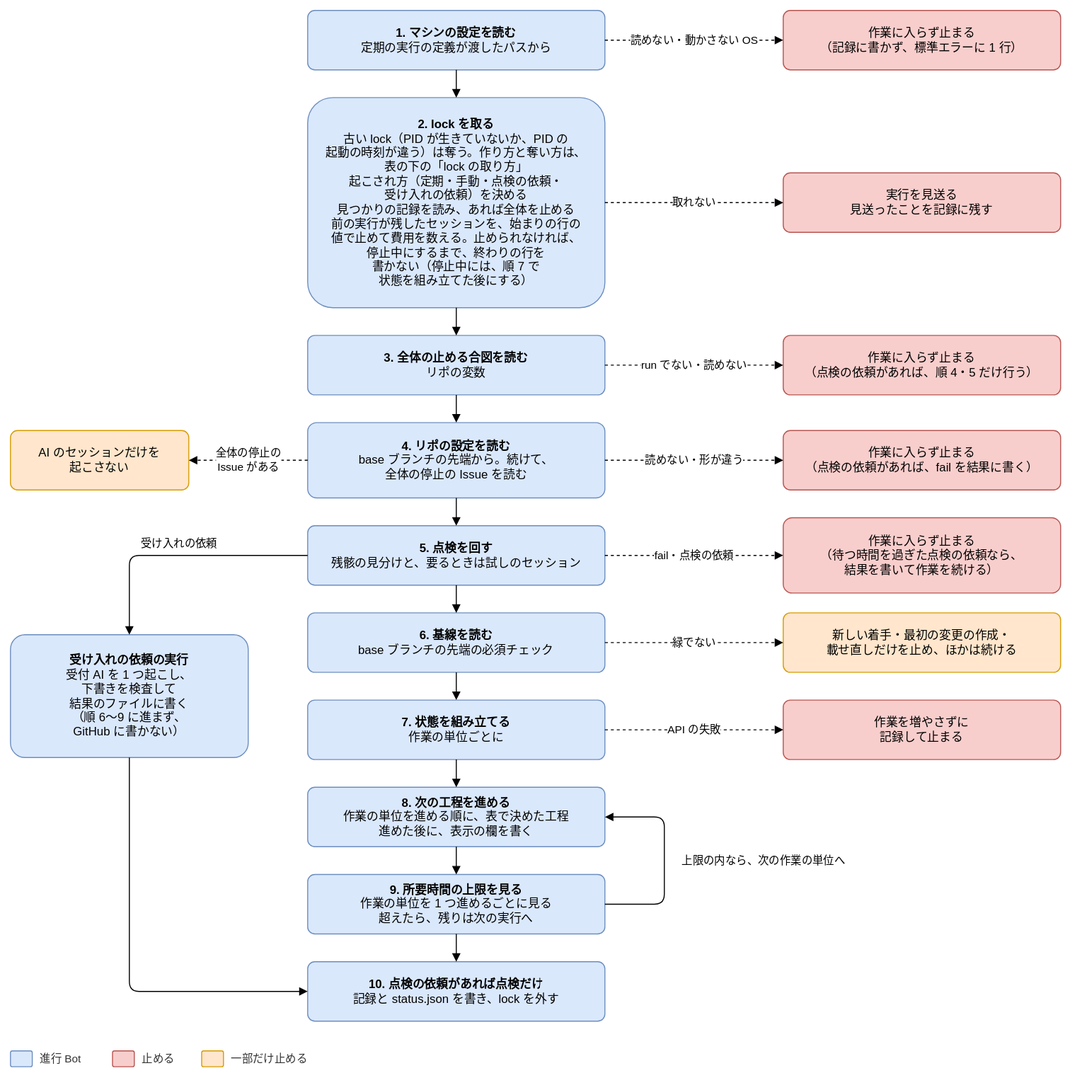
The draw.io diagram docs/design/basic/diagrams/02-run-flow.drawio.svg in Joymerrevent/dev-autopilot, before a commit. Source tidied: cells renumbered, new cells last; positions are measured from the earlier drawing's top-left corner, leaving out a move shared by most shapes.
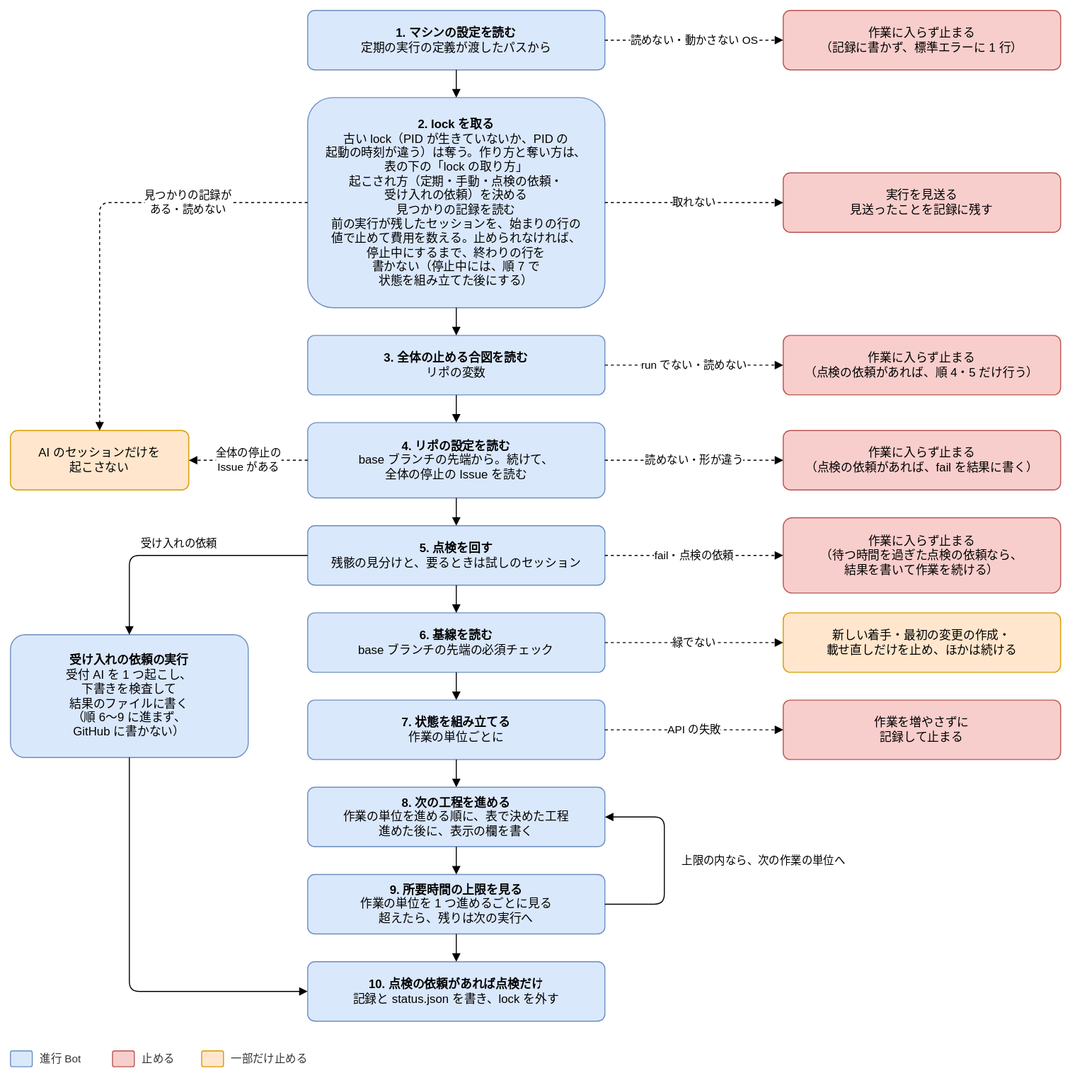
Above is the later version.

Commit message:
docs(design): 基本設計の図で、見つかりの記録が読めないときも AI のセッションだけを起こさないと描く

3 回目の再レビューの指摘を直す（R4-07）。

- 02-run-flow：順 2 の箱を「見つかりの記録を読む」にし、「AI のセッションだけを起こさない」の箱へ
  「見つかりの記録が ある・読めない」の点線を足す
- 02-state-assembly：灰色の凡例を「判定に読まないもの（見つかりの記録は、全体を止める側にだけ
  使う）」にする

Claude-Session: https://claude.ai/code/session_01LvmXQN14Y95msvojZ6hWNP

Change to the diagram source:
```diff
@@ -11,7 +11,7 @@
     <mxCell id="4" value="読めない・動かさない OS" style="edgeStyle=orthogonalEdgeStyle;rounded=1;html=1;endArrow=block;endFill=1;fontSize=11;labelBackgroundColor=#ffffff;dashed=1;exitX=1;exitY=0.5;exitDx=0;exitDy=0;entryX=0;entryY=0.5;entryDx=0;entryDy=0;" parent="1" edge="1" source="2" target="3">
       <mxGeometry relative="1" as="geometry" />
     </mxCell>
-    <mxCell id="5" value="&lt;b&gt;2. lock を取る&lt;/b&gt;&lt;br&gt;古い lock（PID が生きていないか、PID の&lt;br&gt;起動の時刻が違う）は奪う。作り方と奪い方は、&lt;br&gt;表の下の「lock の取り方」&lt;br&gt;起こされ方（定期・手動・点検の依頼・&lt;br&gt;受け入れの依頼）を決める&lt;br&gt;見つかりの記録を読み、あれば全体を止める&lt;br&gt;前の実行が残したセッションを、始まりの行の&lt;br&gt;値で止めて費用を数える。止められなければ、&lt;br&gt;停止中にするまで、終わりの行を&lt;br&gt;書かない（停止中には、順 7 で&lt;br&gt;状態を組み立てた後にする）" style="rounded=1;whiteSpace=wrap;html=1;fontSize=12;arcSize=12;spacing=12;fillColor=#dae8fc;strokeColor=#6c8ebf;" parent="1" vertex="1">
+    <mxCell id="5" value="&lt;b&gt;2. lock を取る&lt;/b&gt;&lt;br&gt;古い lock（PID が生きていないか、PID の&lt;br&gt;起動の時刻が違う）は奪う。作り方と奪い方は、&lt;br&gt;表の下の「lock の取り方」&lt;br&gt;起こされ方（定期・手動・点検の依頼・&lt;br&gt;受け入れの依頼）を決める&lt;br&gt;見つかりの記録を読む&lt;br&gt;前の実行が残したセッションを、始まりの行の&lt;br&gt;値で止めて費用を数える。止められなければ、&lt;br&gt;停止中にするまで、終わりの行を&lt;br&gt;書かない（停止中には、順 7 で&lt;br&gt;状態を組み立てた後にする）" style="rounded=1;whiteSpace=wrap;html=1;fontSize=12;arcSize=12;spacing=12;fillColor=#dae8fc;strokeColor=#6c8ebf;" parent="1" vertex="1">
       <mxGeometry x="300" y="88" width="300" height="212" as="geometry" />
     </mxCell>
     <mxCell id="6" style="edgeStyle=orthogonalEdgeStyle;rounded=1;html=1;endArrow=block;endFill=1;fontSize=11;labelBackgroundColor=#ffffff;exitX=0.5;exitY=1;exitDx=0;exitDy=0;entryX=0.5;entryY=0;entryDx=0;entryDy=0;" parent="1" edge="1" source="2" target="5">
@@ -145,5 +145,8 @@
     <mxCell id="46" value="全体の停止の&lt;br&gt;Issue がある" style="edgeStyle=orthogonalEdgeStyle;rounded=1;html=1;endArrow=block;endFill=1;fontSize=11;labelBackgroundColor=#ffffff;dashed=1;exitX=0;exitY=0.5;exitDx=0;exitDy=0;entryX=1;entryY=0.5;entryDx=0;entryDy=0;" parent="1" edge="1" source="13" target="45">
       <mxGeometry relative="1" as="geometry" />
     </mxCell>
+    <mxCell id="47" value="見つかりの記録が&lt;br&gt;ある・読めない" style="edgeStyle=orthogonalEdgeStyle;rounded=1;html=1;endArrow=block;endFill=1;fontSize=11;labelBackgroundColor=#ffffff;dashed=1;exitX=0;exitY=0.5;exitDx=0;exitDy=0;entryX=0.5;entryY=0;entryDx=0;entryDy=0;" parent="1" edge="1" source="5" target="45">
+      <mxGeometry x="-0.45" relative="1" as="geometry" />
+    </mxCell>
   </root>
 </mxGraphModel>
```
